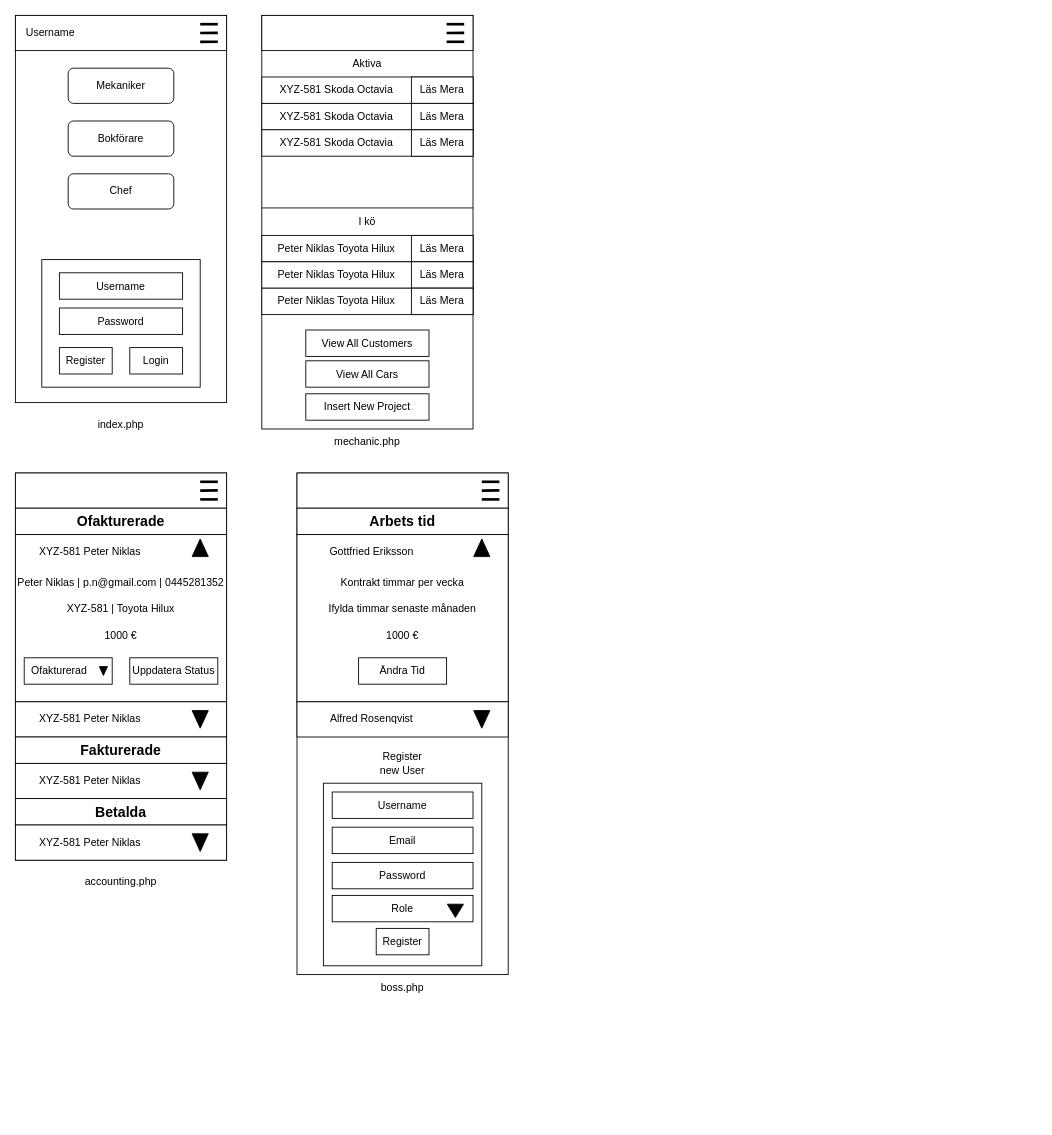
Above: plans/av_web_slutproject_wireframe.drawio in RasLin1/av_web_uppg3 (draw.io), before the change. Source tidied: cells renumbered, new cells numbered last; positions are measured from the earlier drawing's top-left corner, leaving out a move shared by most shapes. Both pictures are drawn from the tidied source at 88%, with x=0, y=0 at pixel (15, 15).
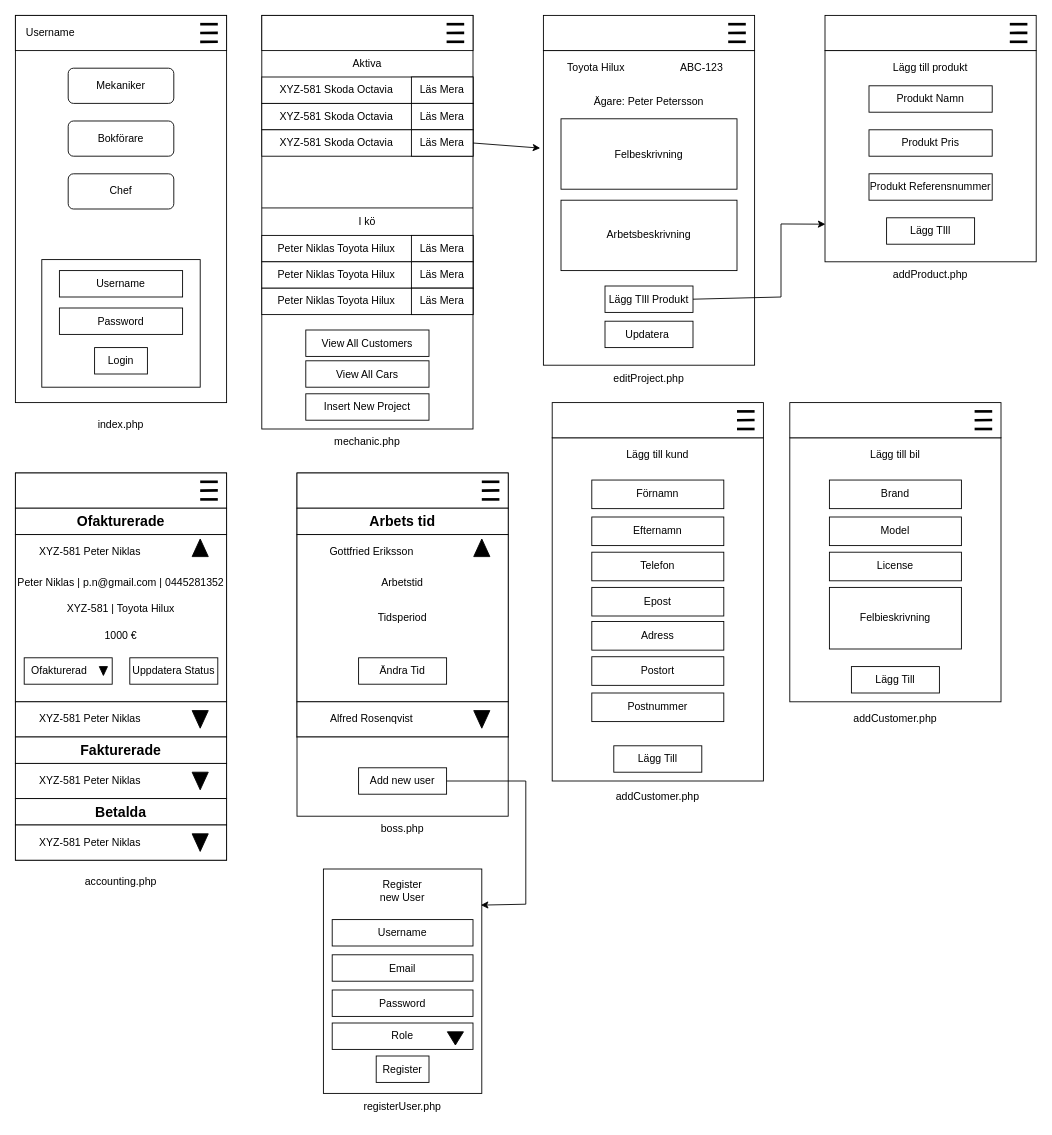
Above is the later version.

The change refers to these unchanged cells:
```xml
<mxCell id="31" value="Läs Mera" style="rounded=0;whiteSpace=wrap;html=1;" parent="1" vertex="1">
  <mxGeometry x="450" y="130" width="70" height="30" as="geometry" />
</mxCell>
<mxCell id="46" value="mechanic.php" style="text;html=1;align=center;verticalAlign=middle;whiteSpace=wrap;rounded=0;" parent="1" vertex="1">
  <mxGeometry x="340" y="470" width="120" height="30" as="geometry" />
</mxCell>
```

Diff of the diagram source:
```diff
@@
     <mxCell id="13" value="Username" style="rounded=0;whiteSpace=wrap;html=1;" parent="1" vertex="1">
-      <mxGeometry x="50" y="292.5" width="140" height="30" as="geometry" />
+      <mxGeometry x="50" y="290" width="140" height="30" as="geometry" />
     </mxCell>
@@
     <mxCell id="15" value="Login" style="rounded=0;whiteSpace=wrap;html=1;" parent="1" vertex="1">
-      <mxGeometry x="130" y="377.5" width="60" height="30" as="geometry" />
+      <mxGeometry x="90" y="377.5" width="60" height="30" as="geometry" />
     </mxCell>
-    <mxCell id="16" value="Register" style="rounded=0;whiteSpace=wrap;html=1;" parent="1" vertex="1">
-      <mxGeometry x="50" y="377.5" width="60" height="30" as="geometry" />
-    </mxCell>
@@
     <mxCell id="75" style="rounded=0;whiteSpace=wrap;html=1;" parent="1" vertex="1">
-      <mxGeometry x="320" y="520" width="240" height="570" as="geometry" />
+      <mxGeometry x="320" y="520" width="240" height="300" as="geometry" />
     </mxCell>
@@
     <mxCell id="80" value="boss.php" style="text;html=1;align=center;verticalAlign=middle;whiteSpace=wrap;rounded=0;" parent="1" vertex="1">
-      <mxGeometry x="380" y="1090" width="120" height="30" as="geometry" />
+      <mxGeometry x="380" y="910" width="120" height="30" as="geometry" />
     </mxCell>
@@
-    <mxCell id="85" value="Kontrakt timmar per vecka" style="text;html=1;align=center;verticalAlign=middle;whiteSpace=wrap;rounded=0;" parent="1" vertex="1">
+    <mxCell id="85" value="Arbetstid" style="text;html=1;align=center;verticalAlign=middle;whiteSpace=wrap;rounded=0;" parent="1" vertex="1">
       <mxGeometry x="320" y="630" width="240" height="30" as="geometry" />
     </mxCell>
-    <mxCell id="86" value="Ifylda timmar senaste månaden" style="text;html=1;align=center;verticalAlign=middle;whiteSpace=wrap;rounded=0;" parent="1" vertex="1">
-      <mxGeometry x="320" y="660" width="240" height="30" as="geometry" />
+    <mxCell id="86" value="Tidsperiod" style="text;html=1;align=center;verticalAlign=middle;whiteSpace=wrap;rounded=0;" parent="1" vertex="1">
+      <mxGeometry x="320" y="670" width="240" height="30" as="geometry" />
     </mxCell>
-    <mxCell id="87" value="1000 €" style="text;html=1;align=center;verticalAlign=middle;whiteSpace=wrap;rounded=0;" parent="1" vertex="1">
-      <mxGeometry x="320" y="690" width="240" height="30" as="geometry" />
-    </mxCell>
@@
     <mxCell id="92" style="rounded=0;whiteSpace=wrap;html=1;" parent="1" vertex="1">
-      <mxGeometry x="350" y="872.5" width="180" height="207.5" as="geometry" />
+      <mxGeometry x="350" y="970" width="180" height="255" as="geometry" />
     </mxCell>
     <mxCell id="93" value="Username" style="rounded=0;whiteSpace=wrap;html=1;" parent="1" vertex="1">
-      <mxGeometry x="360" y="882.5" width="160" height="30" as="geometry" />
+      <mxGeometry x="360" y="1027.5" width="160" height="30" as="geometry" />
     </mxCell>
     <mxCell id="94" value="Email" style="rounded=0;whiteSpace=wrap;html=1;" parent="1" vertex="1">
-      <mxGeometry x="360" y="922.5" width="160" height="30" as="geometry" />
+      <mxGeometry x="360" y="1067.5" width="160" height="30" as="geometry" />
     </mxCell>
     <mxCell id="95" value="Password" style="rounded=0;whiteSpace=wrap;html=1;" parent="1" vertex="1">
-      <mxGeometry x="360" y="962.5" width="160" height="30" as="geometry" />
+      <mxGeometry x="360" y="1107.5" width="160" height="30" as="geometry" />
     </mxCell>
     <mxCell id="96" value="Register" style="rounded=0;whiteSpace=wrap;html=1;" parent="1" vertex="1">
-      <mxGeometry x="410" y="1037.5" width="60" height="30" as="geometry" />
+      <mxGeometry x="410" y="1182.5" width="60" height="30" as="geometry" />
     </mxCell>
     <mxCell id="97" value="Register new User" style="text;html=1;align=center;verticalAlign=middle;whiteSpace=wrap;rounded=0;" parent="1" vertex="1">
-      <mxGeometry x="410" y="835" width="60" height="30" as="geometry" />
+      <mxGeometry x="410" y="980" width="60" height="30" as="geometry" />
     </mxCell>
     <mxCell id="98" value="Role" style="rounded=0;whiteSpace=wrap;html=1;" parent="1" vertex="1">
-      <mxGeometry x="360" y="1000" width="160" height="30" as="geometry" />
+      <mxGeometry x="360" y="1145" width="160" height="30" as="geometry" />
     </mxCell>
     <mxCell id="99" style="shape=mxgraph.arrows2.wedgeArrow;html=1;startWidth=9.166666666666668;fillColor=strokeColor;defaultFillColor=invert;defaultGradientColor=invert;rounded=0;" parent="1" edge="1">
       <mxGeometry relative="1" as="geometry">
-        <mxPoint x="500" y="1010" as="sourcePoint" />
-        <mxPoint x="500" y="1025" as="targetPoint" />
+        <mxPoint x="500" y="1155" as="sourcePoint" />
+        <mxPoint x="500" y="1170" as="targetPoint" />
       </mxGeometry>
     </mxCell>
+    <mxCell id="100" style="rounded=0;whiteSpace=wrap;html=1;" parent="1" vertex="1">
+      <mxGeometry x="920" y="40" width="240" height="240" as="geometry" />
+    </mxCell>
+    <mxCell id="101" value="Lägg till produkt" style="text;html=1;align=center;verticalAlign=middle;whiteSpace=wrap;rounded=0;" parent="1" vertex="1">
+      <mxGeometry x="955" y="40" width="170" height="40" as="geometry" />
+    </mxCell>
+    <mxCell id="102" value="Lägg TIll" style="rounded=0;whiteSpace=wrap;html=1;" parent="1" vertex="1">
+      <mxGeometry x="990" y="230" width="100" height="30" as="geometry" />
+    </mxCell>
+    <mxCell id="103" style="rounded=0;whiteSpace=wrap;html=1;" parent="1" vertex="1">
+      <mxGeometry x="920" width="240" height="40" as="geometry" />
+    </mxCell>
+    <mxCell id="104" style="endArrow=none;html=1;rounded=0;strokeWidth=3;" parent="1" edge="1">
+      <mxGeometry relative="1" as="geometry">
+        <mxPoint x="1130" y="10" as="sourcePoint" />
+        <mxPoint x="1150" y="10" as="targetPoint" />
+      </mxGeometry>
+    </mxCell>
+    <mxCell id="105" style="endArrow=none;html=1;rounded=0;strokeWidth=3;" parent="1" edge="1">
+      <mxGeometry relative="1" as="geometry">
+        <mxPoint x="1130" y="20" as="sourcePoint" />
+        <mxPoint x="1150" y="19.8" as="targetPoint" />
+      </mxGeometry>
+    </mxCell>
+    <mxCell id="106" style="endArrow=none;html=1;rounded=0;strokeWidth=3;" parent="1" edge="1">
+      <mxGeometry relative="1" as="geometry">
+        <mxPoint x="1130" y="30" as="sourcePoint" />
+        <mxPoint x="1150" y="30" as="targetPoint" />
+      </mxGeometry>
+    </mxCell>
+    <mxCell id="107" value="Produkt Namn" style="rounded=0;whiteSpace=wrap;html=1;" parent="1" vertex="1">
+      <mxGeometry x="970" y="80" width="140" height="30" as="geometry" />
+    </mxCell>
+    <mxCell id="108" value="Produkt Pris" style="rounded=0;whiteSpace=wrap;html=1;" parent="1" vertex="1">
+      <mxGeometry x="970" y="130" width="140" height="30" as="geometry" />
+    </mxCell>
+    <mxCell id="109" value="Produkt Referensnummer" style="rounded=0;whiteSpace=wrap;html=1;" parent="1" vertex="1">
+      <mxGeometry x="970" y="180" width="140" height="30" as="geometry" />
+    </mxCell>
+    <mxCell id="110" style="rounded=0;whiteSpace=wrap;html=1;" parent="1" vertex="1">
+      <mxGeometry x="600" y="40" width="240" height="357.5" as="geometry" />
+    </mxCell>
+    <mxCell id="111" value="Toyota Hilux" style="text;html=1;align=center;verticalAlign=middle;whiteSpace=wrap;rounded=0;" parent="1" vertex="1">
+      <mxGeometry x="600" y="40" width="120" height="40" as="geometry" />
+    </mxCell>
+    <mxCell id="112" value="Lägg TIll Produkt" style="rounded=0;whiteSpace=wrap;html=1;" parent="1" vertex="1">
+      <mxGeometry x="670" y="307.5" width="100" height="30" as="geometry" />
+    </mxCell>
+    <mxCell id="113" style="rounded=0;whiteSpace=wrap;html=1;" parent="1" vertex="1">
+      <mxGeometry x="600" width="240" height="40" as="geometry" />
+    </mxCell>
+    <mxCell id="114" style="endArrow=none;html=1;rounded=0;strokeWidth=3;" parent="1" edge="1">
+      <mxGeometry relative="1" as="geometry">
+        <mxPoint x="810" y="10" as="sourcePoint" />
+        <mxPoint x="830" y="10" as="targetPoint" />
+      </mxGeometry>
+    </mxCell>
+    <mxCell id="115" style="endArrow=none;html=1;rounded=0;strokeWidth=3;" parent="1" edge="1">
+      <mxGeometry relative="1" as="geometry">
+        <mxPoint x="810" y="20" as="sourcePoint" />
+        <mxPoint x="830" y="19.8" as="targetPoint" />
+      </mxGeometry>
+    </mxCell>
+    <mxCell id="116" style="endArrow=none;html=1;rounded=0;strokeWidth=3;" parent="1" edge="1">
+      <mxGeometry relative="1" as="geometry">
+        <mxPoint x="810" y="30" as="sourcePoint" />
+        <mxPoint x="830" y="30" as="targetPoint" />
+      </mxGeometry>
+    </mxCell>
+    <mxCell id="117" value="Felbeskrivning" style="rounded=0;whiteSpace=wrap;html=1;" parent="1" vertex="1">
+      <mxGeometry x="620" y="117.5" width="200" height="80" as="geometry" />
+    </mxCell>
+    <mxCell id="118" value="Ägare: Peter Petersson" style="text;html=1;align=center;verticalAlign=middle;whiteSpace=wrap;rounded=0;" parent="1" vertex="1">
+      <mxGeometry x="635" y="77.5" width="170" height="40" as="geometry" />
+    </mxCell>
+    <mxCell id="119" value="ABC-123" style="text;html=1;align=center;verticalAlign=middle;whiteSpace=wrap;rounded=0;" parent="1" vertex="1">
+      <mxGeometry x="720" y="40" width="120" height="40" as="geometry" />
+    </mxCell>
+    <mxCell id="120" value="Arbetsbeskrivning" style="rounded=0;whiteSpace=wrap;html=1;" parent="1" vertex="1">
+      <mxGeometry x="620" y="210" width="200" height="80" as="geometry" />
+    </mxCell>
+    <mxCell id="121" value="Updatera&amp;nbsp;" style="rounded=0;whiteSpace=wrap;html=1;" parent="1" vertex="1">
+      <mxGeometry x="670" y="347.5" width="100" height="30" as="geometry" />
+    </mxCell>
+    <mxCell id="122" style="endArrow=classic;html=1;rounded=0;exitX=1;exitY=0.5;exitDx=0;exitDy=0;entryX=-0.015;entryY=0.31;entryDx=0;entryDy=0;entryPerimeter=0;" parent="1" edge="1" source="31" target="110">
+      <mxGeometry relative="1" as="geometry" />
+    </mxCell>
+    <mxCell id="123" style="endArrow=classic;html=1;rounded=0;exitX=1;exitY=0.5;exitDx=0;exitDy=0;entryX=0.002;entryY=0.822;entryDx=0;entryDy=0;entryPerimeter=0;" parent="1" edge="1" source="112" target="100">
+      <mxGeometry relative="1" as="geometry">
+        <Array as="points">
+          <mxPoint x="870" y="320" />
+          <mxPoint x="870" y="237" />
+        </Array>
+      </mxGeometry>
+    </mxCell>
+    <mxCell id="124" style="rounded=0;whiteSpace=wrap;html=1;" parent="1" vertex="1">
+      <mxGeometry x="610" y="480" width="240" height="390" as="geometry" />
+    </mxCell>
+    <mxCell id="125" value="Lägg till kund" style="text;html=1;align=center;verticalAlign=middle;whiteSpace=wrap;rounded=0;" parent="1" vertex="1">
+      <mxGeometry x="670" y="480" width="120" height="40" as="geometry" />
+    </mxCell>
+    <mxCell id="126" style="rounded=0;whiteSpace=wrap;html=1;" parent="1" vertex="1">
+      <mxGeometry x="610" y="440" width="240" height="40" as="geometry" />
+    </mxCell>
+    <mxCell id="127" style="endArrow=none;html=1;rounded=0;strokeWidth=3;" parent="1" edge="1">
+      <mxGeometry relative="1" as="geometry">
+        <mxPoint x="820" y="450" as="sourcePoint" />
+        <mxPoint x="840" y="450" as="targetPoint" />
+      </mxGeometry>
+    </mxCell>
+    <mxCell id="128" style="endArrow=none;html=1;rounded=0;strokeWidth=3;" parent="1" edge="1">
+      <mxGeometry relative="1" as="geometry">
+        <mxPoint x="820" y="460" as="sourcePoint" />
+        <mxPoint x="840" y="459.8" as="targetPoint" />
+      </mxGeometry>
+    </mxCell>
+    <mxCell id="129" style="endArrow=none;html=1;rounded=0;strokeWidth=3;" parent="1" edge="1">
+      <mxGeometry relative="1" as="geometry">
+        <mxPoint x="820" y="470" as="sourcePoint" />
+        <mxPoint x="840" y="470" as="targetPoint" />
+      </mxGeometry>
+    </mxCell>
+    <mxCell id="130" value="Förnamn" style="rounded=0;whiteSpace=wrap;html=1;" parent="1" vertex="1">
+      <mxGeometry x="655" y="528" width="150" height="32.5" as="geometry" />
+    </mxCell>
+    <mxCell id="131" style="edgeStyle=orthogonalEdgeStyle;rounded=0;orthogonalLoop=1;jettySize=auto;html=1;exitX=0.5;exitY=1;exitDx=0;exitDy=0;" parent="1" edge="1" source="46" target="46">
+      <mxGeometry relative="1" as="geometry" />
+    </mxCell>
+    <mxCell id="132" value="editProject.php" style="text;html=1;align=center;verticalAlign=middle;whiteSpace=wrap;rounded=0;" parent="1" vertex="1">
+      <mxGeometry x="660" y="397.5" width="120" height="30" as="geometry" />
+    </mxCell>
+    <mxCell id="133" value="addProduct.php" style="text;html=1;align=center;verticalAlign=middle;whiteSpace=wrap;rounded=0;" parent="1" vertex="1">
+      <mxGeometry x="980" y="280" width="120" height="30" as="geometry" />
+    </mxCell>
+    <mxCell id="134" value="addCustomer.php" style="text;html=1;align=center;verticalAlign=middle;whiteSpace=wrap;rounded=0;" parent="1" vertex="1">
+      <mxGeometry x="670" y="872.5" width="120" height="30" as="geometry" />
+    </mxCell>
+    <mxCell id="135" value="Efternamn" style="rounded=0;whiteSpace=wrap;html=1;" parent="1" vertex="1">
+      <mxGeometry x="655" y="570" width="150" height="32.5" as="geometry" />
+    </mxCell>
+    <mxCell id="136" value="Telefon" style="rounded=0;whiteSpace=wrap;html=1;" parent="1" vertex="1">
+      <mxGeometry x="655" y="610" width="150" height="32.5" as="geometry" />
+    </mxCell>
+    <mxCell id="137" value="Epost" style="rounded=0;whiteSpace=wrap;html=1;" parent="1" vertex="1">
+      <mxGeometry x="655" y="650" width="150" height="32.5" as="geometry" />
+    </mxCell>
+    <mxCell id="138" value="Adress" style="rounded=0;whiteSpace=wrap;html=1;" parent="1" vertex="1">
+      <mxGeometry x="655" y="688.8" width="150" height="32.5" as="geometry" />
+    </mxCell>
+    <mxCell id="139" value="Postort" style="rounded=0;whiteSpace=wrap;html=1;" parent="1" vertex="1">
+      <mxGeometry x="655" y="728.8" width="150" height="32.5" as="geometry" />
+    </mxCell>
+    <mxCell id="140" value="Postnummer" style="rounded=0;whiteSpace=wrap;html=1;" parent="1" vertex="1">
+      <mxGeometry x="655" y="770" width="150" height="32.5" as="geometry" />
+    </mxCell>
+    <mxCell id="141" style="rounded=0;whiteSpace=wrap;html=1;" parent="1" vertex="1">
+      <mxGeometry x="880" y="480" width="240" height="300" as="geometry" />
+    </mxCell>
+    <mxCell id="142" value="Lägg till bil" style="text;html=1;align=center;verticalAlign=middle;whiteSpace=wrap;rounded=0;" parent="1" vertex="1">
+      <mxGeometry x="940" y="480" width="120" height="40" as="geometry" />
+    </mxCell>
+    <mxCell id="143" style="rounded=0;whiteSpace=wrap;html=1;" parent="1" vertex="1">
+      <mxGeometry x="880" y="440" width="240" height="40" as="geometry" />
+    </mxCell>
+    <mxCell id="144" style="endArrow=none;html=1;rounded=0;strokeWidth=3;" parent="1" edge="1">
+      <mxGeometry relative="1" as="geometry">
+        <mxPoint x="1090" y="450" as="sourcePoint" />
+        <mxPoint x="1110" y="450" as="targetPoint" />
+      </mxGeometry>
+    </mxCell>
+    <mxCell id="145" style="endArrow=none;html=1;rounded=0;strokeWidth=3;" parent="1" edge="1">
+      <mxGeometry relative="1" as="geometry">
+        <mxPoint x="1090" y="460" as="sourcePoint" />
+        <mxPoint x="1110" y="459.8" as="targetPoint" />
+      </mxGeometry>
+    </mxCell>
+    <mxCell id="146" style="endArrow=none;html=1;rounded=0;strokeWidth=3;" parent="1" edge="1">
+      <mxGeometry relative="1" as="geometry">
+        <mxPoint x="1090" y="470" as="sourcePoint" />
+        <mxPoint x="1110" y="470" as="targetPoint" />
+      </mxGeometry>
+    </mxCell>
+    <mxCell id="147" value="Brand" style="rounded=0;whiteSpace=wrap;html=1;" parent="1" vertex="1">
+      <mxGeometry x="925" y="528" width="150" height="32.5" as="geometry" />
+    </mxCell>
+    <mxCell id="148" value="Lägg Till" style="rounded=0;whiteSpace=wrap;html=1;" parent="1" vertex="1">
+      <mxGeometry x="950" y="740" width="100" height="30" as="geometry" />
+    </mxCell>
+    <mxCell id="149" value="addCustomer.php" style="text;html=1;align=center;verticalAlign=middle;whiteSpace=wrap;rounded=0;" parent="1" vertex="1">
+      <mxGeometry x="940" y="785" width="120" height="30" as="geometry" />
+    </mxCell>
+    <mxCell id="150" value="Model" style="rounded=0;whiteSpace=wrap;html=1;" parent="1" vertex="1">
+      <mxGeometry x="925" y="570" width="150" height="32.5" as="geometry" />
+    </mxCell>
+    <mxCell id="151" value="License" style="rounded=0;whiteSpace=wrap;html=1;" parent="1" vertex="1">
+      <mxGeometry x="925" y="610" width="150" height="32.5" as="geometry" />
+    </mxCell>
+    <mxCell id="152" value="Felbieskrivning" style="rounded=0;whiteSpace=wrap;html=1;" parent="1" vertex="1">
+      <mxGeometry x="925" y="650" width="150" height="70" as="geometry" />
+    </mxCell>
+    <mxCell id="153" value="Lägg Till" style="rounded=0;whiteSpace=wrap;html=1;" parent="1" vertex="1">
+      <mxGeometry x="680" y="830" width="100" height="30" as="geometry" />
+    </mxCell>
+    <mxCell id="154" style="rounded=0;whiteSpace=wrap;html=1;" parent="1" vertex="1">
+      <mxGeometry x="320" y="820" width="240" height="90" as="geometry" />
+    </mxCell>
+    <mxCell id="155" value="Add new user" style="rounded=0;whiteSpace=wrap;html=1;" parent="1" vertex="1">
+      <mxGeometry x="390" y="855" width="100" height="30" as="geometry" />
+    </mxCell>
+    <mxCell id="156" value="registerUser.php" style="text;html=1;align=center;verticalAlign=middle;whiteSpace=wrap;rounded=0;" parent="1" vertex="1">
+      <mxGeometry x="380" y="1225" width="120" height="30" as="geometry" />
+    </mxCell>
+    <mxCell id="157" style="endArrow=classic;html=1;rounded=0;exitX=1;exitY=0.5;exitDx=0;exitDy=0;entryX=0.994;entryY=0.161;entryDx=0;entryDy=0;entryPerimeter=0;" parent="1" edge="1" source="155" target="92">
+      <mxGeometry relative="1" as="geometry">
+        <Array as="points">
+          <mxPoint x="580" y="870" />
+          <mxPoint x="580" y="1010" />
+        </Array>
+      </mxGeometry>
+    </mxCell>
```
